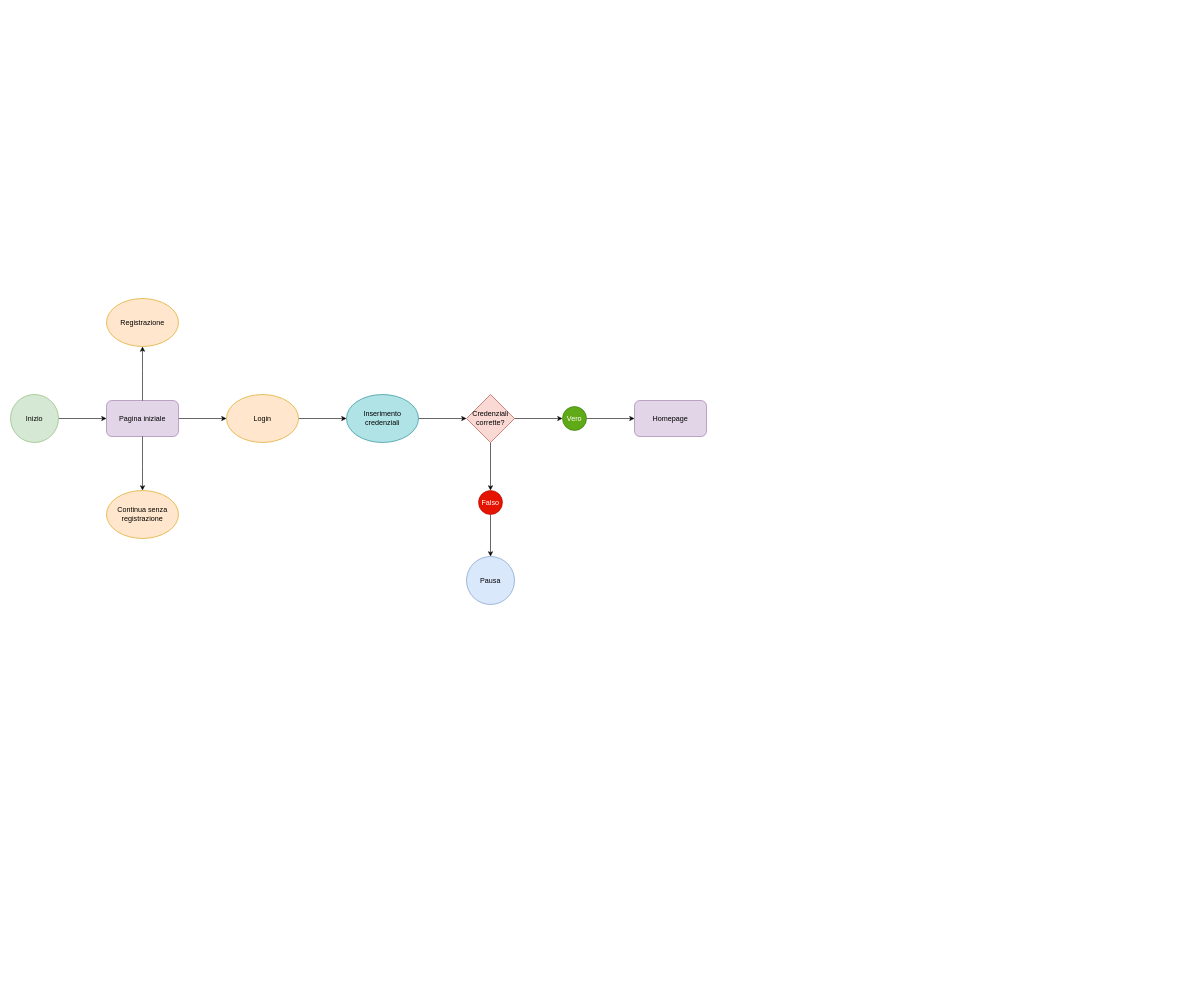
Before: NuovoUserFlow.drawio in LucaBarbolini/Prova1, a draw.io diagram. Source tidied: cells renumbered, new cells numbered last; positions are measured from the earlier drawing's top-left corner, leaving out a move shared by most shapes. Both pictures are drawn from the tidied source at 60%, with x=0, y=0 at pixel (10, 298).
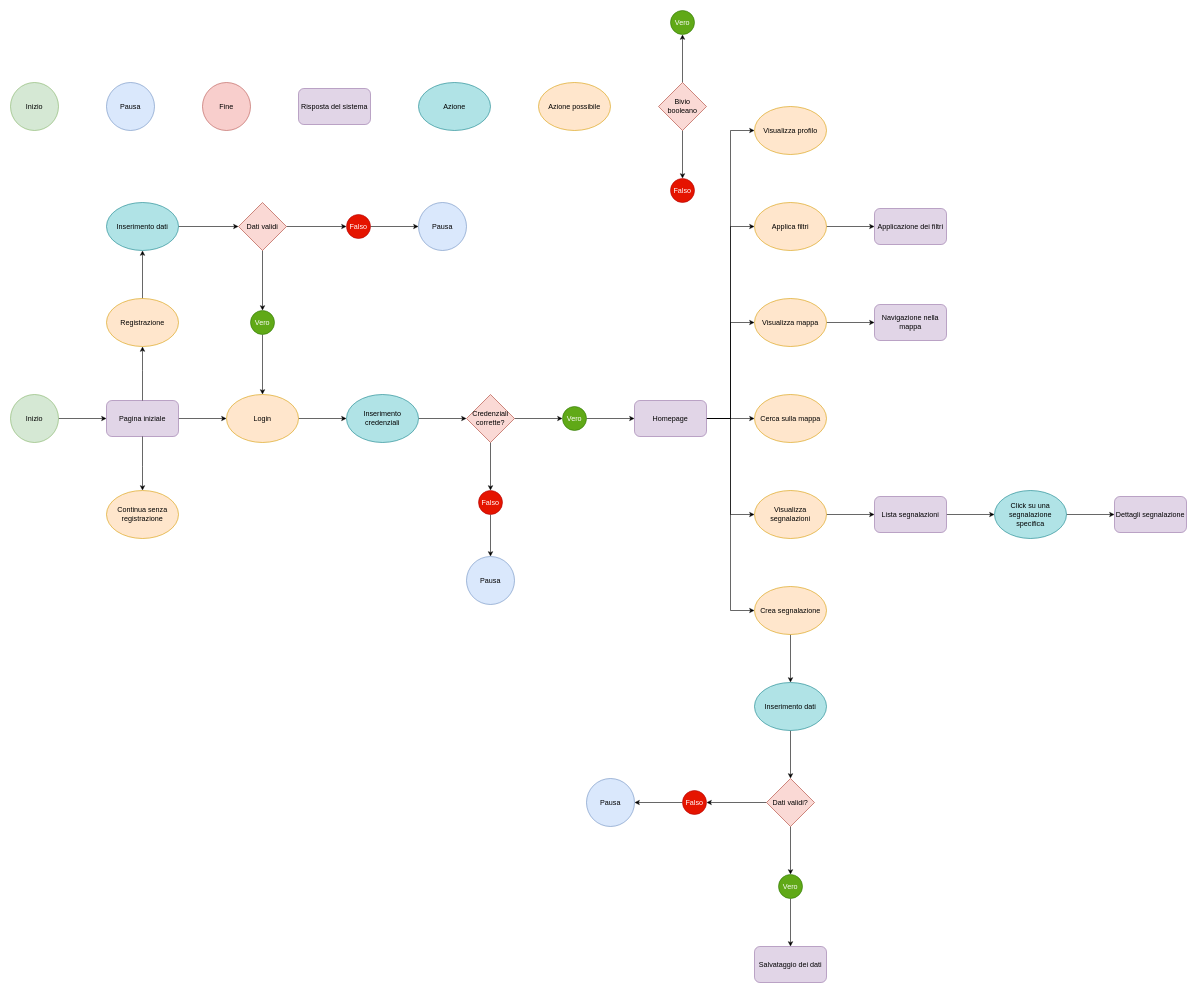
The same page after the edit.

Unchanged cells that the change refers to:
```xml
<mxCell id="6" value="Registrazione" style="ellipse;whiteSpace=wrap;html=1;fillColor=#ffe6cc;strokeColor=#d79b00;" parent="1" vertex="1">
  <mxGeometry x="160" width="120" height="80" as="geometry" />
</mxCell>
<mxCell id="8" value="Login" style="ellipse;whiteSpace=wrap;html=1;fillColor=#ffe6cc;strokeColor=#d79b00;" parent="1" vertex="1">
  <mxGeometry x="360" y="160" width="120" height="80" as="geometry" />
</mxCell>
<mxCell id="20" value="Homepage" style="rounded=1;whiteSpace=wrap;html=1;fillColor=#e1d5e7;strokeColor=#9673a6;" parent="1" vertex="1">
  <mxGeometry x="1040" y="170" width="120" height="60" as="geometry" />
</mxCell>
```

Change to the diagram source:
```diff
@@
+    <mxCell id="23" style="edgeStyle=orthogonalEdgeStyle;rounded=0;jettySize=auto;html=1;exitX=0.5;exitY=0;exitDx=0;exitDy=0;entryX=0.5;entryY=1;entryDx=0;entryDy=0;" parent="1" edge="1" source="6" target="31">
+      <mxGeometry relative="1" as="geometry" />
+    </mxCell>
@@
+    <mxCell id="24" style="edgeStyle=orthogonalEdgeStyle;rounded=0;jettySize=auto;html=1;entryX=0;entryY=0.5;entryDx=0;entryDy=0;" parent="1" edge="1" source="20" target="46">
+      <mxGeometry relative="1" as="geometry" />
+    </mxCell>
+    <mxCell id="25" style="edgeStyle=orthogonalEdgeStyle;rounded=0;jettySize=auto;html=1;exitX=1;exitY=0.5;exitDx=0;exitDy=0;entryX=0;entryY=0.5;entryDx=0;entryDy=0;" parent="1" edge="1" source="20" target="44">
+      <mxGeometry relative="1" as="geometry" />
+    </mxCell>
+    <mxCell id="26" style="edgeStyle=orthogonalEdgeStyle;rounded=0;jettySize=auto;html=1;exitX=1;exitY=0.5;exitDx=0;exitDy=0;entryX=0;entryY=0.5;entryDx=0;entryDy=0;" parent="1" edge="1" source="20" target="43">
+      <mxGeometry relative="1" as="geometry" />
+    </mxCell>
+    <mxCell id="27" style="edgeStyle=orthogonalEdgeStyle;rounded=0;jettySize=auto;html=1;exitX=1;exitY=0.5;exitDx=0;exitDy=0;entryX=0;entryY=0.5;entryDx=0;entryDy=0;" parent="1" edge="1" source="20" target="49">
+      <mxGeometry relative="1" as="geometry" />
+    </mxCell>
+    <mxCell id="28" style="edgeStyle=orthogonalEdgeStyle;rounded=0;jettySize=auto;html=1;exitX=1;exitY=0.5;exitDx=0;exitDy=0;entryX=0;entryY=0.5;entryDx=0;entryDy=0;" parent="1" edge="1" source="20" target="48">
+      <mxGeometry relative="1" as="geometry" />
+    </mxCell>
+    <mxCell id="29" style="edgeStyle=orthogonalEdgeStyle;rounded=0;jettySize=auto;html=1;exitX=1;exitY=0.5;exitDx=0;exitDy=0;entryX=0;entryY=0.5;entryDx=0;entryDy=0;" parent="1" edge="1" source="20" target="41">
+      <mxGeometry relative="1" as="geometry" />
+    </mxCell>
@@
+    <mxCell id="30" style="edgeStyle=orthogonalEdgeStyle;rounded=0;jettySize=auto;html=1;exitX=1;exitY=0.5;exitDx=0;exitDy=0;entryX=0;entryY=0.5;entryDx=0;entryDy=0;" parent="1" edge="1" source="31" target="34">
+      <mxGeometry relative="1" as="geometry" />
+    </mxCell>
+    <mxCell id="31" value="Inserimento dati" style="ellipse;whiteSpace=wrap;html=1;fillColor=#b0e3e6;strokeColor=#0e8088;" parent="1" vertex="1">
+      <mxGeometry x="160" y="-160" width="120" height="80" as="geometry" />
+    </mxCell>
+    <mxCell id="32" style="edgeStyle=orthogonalEdgeStyle;rounded=0;jettySize=auto;html=1;exitX=1;exitY=0.5;exitDx=0;exitDy=0;entryX=0;entryY=0.5;entryDx=0;entryDy=0;" parent="1" edge="1" source="34" target="36">
+      <mxGeometry relative="1" as="geometry" />
+    </mxCell>
+    <mxCell id="33" style="edgeStyle=orthogonalEdgeStyle;rounded=0;jettySize=auto;html=1;exitX=0.5;exitY=1;exitDx=0;exitDy=0;entryX=0.5;entryY=0;entryDx=0;entryDy=0;" parent="1" edge="1" source="34" target="39">
+      <mxGeometry relative="1" as="geometry" />
+    </mxCell>
+    <mxCell id="34" value="Dati validi" style="rhombus;whiteSpace=wrap;html=1;fillColor=#fad9d5;strokeColor=#ae4132;" parent="1" vertex="1">
+      <mxGeometry x="380" y="-160" width="80" height="80" as="geometry" />
+    </mxCell>
+    <mxCell id="35" style="edgeStyle=orthogonalEdgeStyle;rounded=0;jettySize=auto;html=1;entryX=0;entryY=0.5;entryDx=0;entryDy=0;exitX=1;exitY=0.5;exitDx=0;exitDy=0;" parent="1" edge="1" source="36" target="37">
+      <mxGeometry relative="1" as="geometry" />
+    </mxCell>
+    <mxCell id="36" value="Falso" style="ellipse;whiteSpace=wrap;html=1;fillColor=#e51400;fontColor=#ffffff;strokeColor=#B20000;" parent="1" vertex="1">
+      <mxGeometry x="560" y="-140" width="40" height="40" as="geometry" />
+    </mxCell>
+    <mxCell id="37" value="Pausa" style="ellipse;whiteSpace=wrap;html=1;fillColor=#dae8fc;strokeColor=#6c8ebf;" parent="1" vertex="1">
+      <mxGeometry x="680" y="-160" width="80" height="80" as="geometry" />
+    </mxCell>
+    <mxCell id="38" style="edgeStyle=orthogonalEdgeStyle;rounded=0;jettySize=auto;html=1;exitX=0.5;exitY=1;exitDx=0;exitDy=0;entryX=0.5;entryY=0;entryDx=0;entryDy=0;" parent="1" edge="1" source="39" target="8">
+      <mxGeometry relative="1" as="geometry" />
+    </mxCell>
+    <mxCell id="39" value="Vero" style="ellipse;whiteSpace=wrap;html=1;fillColor=#60a917;fontColor=#ffffff;strokeColor=#2D7600;" parent="1" vertex="1">
+      <mxGeometry x="400" y="20" width="40" height="40" as="geometry" />
+    </mxCell>
+    <mxCell id="40" style="edgeStyle=orthogonalEdgeStyle;rounded=0;jettySize=auto;html=1;exitX=0.5;exitY=1;exitDx=0;exitDy=0;entryX=0.5;entryY=0;entryDx=0;entryDy=0;" parent="1" edge="1" source="41" target="53">
+      <mxGeometry relative="1" as="geometry" />
+    </mxCell>
+    <mxCell id="41" value="Crea segnalazione" style="ellipse;whiteSpace=wrap;html=1;fillColor=#ffe6cc;strokeColor=#d79b00;" parent="1" vertex="1">
+      <mxGeometry x="1240" y="480" width="120" height="80" as="geometry" />
+    </mxCell>
+    <mxCell id="42" style="edgeStyle=orthogonalEdgeStyle;rounded=0;jettySize=auto;html=1;exitX=1;exitY=0.5;exitDx=0;exitDy=0;entryX=0;entryY=0.5;entryDx=0;entryDy=0;" parent="1" edge="1" source="43" target="51">
+      <mxGeometry relative="1" as="geometry" />
+    </mxCell>
+    <mxCell id="43" value="Visualizza mappa" style="ellipse;whiteSpace=wrap;html=1;fillColor=#ffe6cc;strokeColor=#d79b00;" parent="1" vertex="1">
+      <mxGeometry x="1240" width="120" height="80" as="geometry" />
+    </mxCell>
+    <mxCell id="44" value="Visualizza profilo" style="ellipse;whiteSpace=wrap;html=1;fillColor=#ffe6cc;strokeColor=#d79b00;" parent="1" vertex="1">
+      <mxGeometry x="1240" y="-320" width="120" height="80" as="geometry" />
+    </mxCell>
+    <mxCell id="45" style="edgeStyle=orthogonalEdgeStyle;rounded=0;jettySize=auto;html=1;exitX=1;exitY=0.5;exitDx=0;exitDy=0;entryX=0;entryY=0.5;entryDx=0;entryDy=0;" parent="1" edge="1" source="46" target="50">
+      <mxGeometry relative="1" as="geometry" />
+    </mxCell>
+    <mxCell id="46" value="Applica filtri" style="ellipse;whiteSpace=wrap;html=1;fillColor=#ffe6cc;strokeColor=#d79b00;" parent="1" vertex="1">
+      <mxGeometry x="1240" y="-160" width="120" height="80" as="geometry" />
+    </mxCell>
+    <mxCell id="47" style="edgeStyle=orthogonalEdgeStyle;rounded=0;jettySize=auto;html=1;exitX=1;exitY=0.5;exitDx=0;exitDy=0;entryX=0;entryY=0.5;entryDx=0;entryDy=0;" parent="1" edge="1" source="48" target="64">
+      <mxGeometry relative="1" as="geometry" />
+    </mxCell>
+    <mxCell id="48" value="Visualizza segnalazioni" style="ellipse;whiteSpace=wrap;html=1;fillColor=#ffe6cc;strokeColor=#d79b00;" parent="1" vertex="1">
+      <mxGeometry x="1240" y="320" width="120" height="80" as="geometry" />
+    </mxCell>
+    <mxCell id="49" value="Cerca sulla mappa" style="ellipse;whiteSpace=wrap;html=1;fillColor=#ffe6cc;strokeColor=#d79b00;" parent="1" vertex="1">
+      <mxGeometry x="1240" y="160" width="120" height="80" as="geometry" />
+    </mxCell>
+    <mxCell id="50" value="Applicazione dei filtri" style="rounded=1;whiteSpace=wrap;html=1;fillColor=#e1d5e7;strokeColor=#9673a6;" parent="1" vertex="1">
+      <mxGeometry x="1440" y="-150" width="120" height="60" as="geometry" />
+    </mxCell>
+    <mxCell id="51" value="Navigazione nella mappa" style="rounded=1;whiteSpace=wrap;html=1;fillColor=#e1d5e7;strokeColor=#9673a6;" parent="1" vertex="1">
+      <mxGeometry x="1440" y="10" width="120" height="60" as="geometry" />
+    </mxCell>
+    <mxCell id="52" style="edgeStyle=orthogonalEdgeStyle;rounded=0;jettySize=auto;html=1;exitX=0.5;exitY=1;exitDx=0;exitDy=0;entryX=0.5;entryY=0;entryDx=0;entryDy=0;" parent="1" edge="1" source="53" target="56">
+      <mxGeometry relative="1" as="geometry" />
+    </mxCell>
+    <mxCell id="53" value="Inserimento dati" style="ellipse;whiteSpace=wrap;html=1;fillColor=#b0e3e6;strokeColor=#0e8088;" parent="1" vertex="1">
+      <mxGeometry x="1240" y="640" width="120" height="80" as="geometry" />
+    </mxCell>
+    <mxCell id="54" style="edgeStyle=orthogonalEdgeStyle;rounded=0;jettySize=auto;html=1;exitX=0.5;exitY=1;exitDx=0;exitDy=0;entryX=0.5;entryY=0;entryDx=0;entryDy=0;" parent="1" edge="1" source="56" target="58">
+      <mxGeometry relative="1" as="geometry" />
+    </mxCell>
+    <mxCell id="55" style="edgeStyle=orthogonalEdgeStyle;rounded=0;jettySize=auto;html=1;exitX=0;exitY=0.5;exitDx=0;exitDy=0;entryX=1;entryY=0.5;entryDx=0;entryDy=0;" parent="1" edge="1" source="56" target="60">
+      <mxGeometry relative="1" as="geometry" />
+    </mxCell>
+    <mxCell id="56" value="Dati validi?" style="rhombus;whiteSpace=wrap;html=1;fillColor=#fad9d5;strokeColor=#ae4132;" parent="1" vertex="1">
+      <mxGeometry x="1260" y="800" width="80" height="80" as="geometry" />
+    </mxCell>
+    <mxCell id="57" style="edgeStyle=orthogonalEdgeStyle;rounded=0;jettySize=auto;html=1;exitX=0.5;exitY=1;exitDx=0;exitDy=0;entryX=0.5;entryY=0;entryDx=0;entryDy=0;" parent="1" edge="1" source="58" target="62">
+      <mxGeometry relative="1" as="geometry" />
+    </mxCell>
+    <mxCell id="58" value="Vero" style="ellipse;whiteSpace=wrap;html=1;fillColor=#60a917;fontColor=#ffffff;strokeColor=#2D7600;" parent="1" vertex="1">
+      <mxGeometry x="1280" y="960" width="40" height="40" as="geometry" />
+    </mxCell>
+    <mxCell id="59" style="edgeStyle=orthogonalEdgeStyle;rounded=0;jettySize=auto;html=1;entryX=1;entryY=0.5;entryDx=0;entryDy=0;" parent="1" edge="1" source="60" target="61">
+      <mxGeometry relative="1" as="geometry" />
+    </mxCell>
+    <mxCell id="60" value="Falso" style="ellipse;whiteSpace=wrap;html=1;fillColor=#e51400;fontColor=#ffffff;strokeColor=#B20000;" parent="1" vertex="1">
+      <mxGeometry x="1120" y="820" width="40" height="40" as="geometry" />
+    </mxCell>
+    <mxCell id="61" value="Pausa" style="ellipse;whiteSpace=wrap;html=1;fillColor=#dae8fc;strokeColor=#6c8ebf;" parent="1" vertex="1">
+      <mxGeometry x="960" y="800" width="80" height="80" as="geometry" />
+    </mxCell>
+    <mxCell id="62" value="Salvataggio dei dati" style="rounded=1;whiteSpace=wrap;html=1;fillColor=#e1d5e7;strokeColor=#9673a6;" parent="1" vertex="1">
+      <mxGeometry x="1240" y="1080" width="120" height="60" as="geometry" />
+    </mxCell>
+    <mxCell id="63" style="edgeStyle=orthogonalEdgeStyle;rounded=0;jettySize=auto;html=1;entryX=0;entryY=0.5;entryDx=0;entryDy=0;" parent="1" edge="1" source="64" target="66">
+      <mxGeometry relative="1" as="geometry" />
+    </mxCell>
+    <mxCell id="64" value="Lista segnalazioni" style="rounded=1;whiteSpace=wrap;html=1;fillColor=#e1d5e7;strokeColor=#9673a6;" parent="1" vertex="1">
+      <mxGeometry x="1440" y="330" width="120" height="60" as="geometry" />
+    </mxCell>
+    <mxCell id="65" style="edgeStyle=orthogonalEdgeStyle;rounded=0;jettySize=auto;html=1;exitX=1;exitY=0.5;exitDx=0;exitDy=0;entryX=0;entryY=0.5;entryDx=0;entryDy=0;" parent="1" edge="1" source="66" target="67">
+      <mxGeometry relative="1" as="geometry" />
+    </mxCell>
+    <mxCell id="66" value="Click su una segnalazione specifica" style="ellipse;whiteSpace=wrap;html=1;fillColor=#b0e3e6;strokeColor=#0e8088;" parent="1" vertex="1">
+      <mxGeometry x="1640" y="320" width="120" height="80" as="geometry" />
+    </mxCell>
+    <mxCell id="67" value="Dettagli segnalazione" style="rounded=1;whiteSpace=wrap;html=1;fillColor=#e1d5e7;strokeColor=#9673a6;" parent="1" vertex="1">
+      <mxGeometry x="1840" y="330" width="120" height="60" as="geometry" />
+    </mxCell>
+    <mxCell id="68" value="Inizio" style="ellipse;whiteSpace=wrap;html=1;fillColor=#d5e8d4;strokeColor=#82b366;" parent="1" vertex="1">
+      <mxGeometry y="-360" width="80" height="80" as="geometry" />
+    </mxCell>
+    <mxCell id="69" value="Pausa" style="ellipse;whiteSpace=wrap;html=1;fillColor=#dae8fc;strokeColor=#6c8ebf;" parent="1" vertex="1">
+      <mxGeometry x="160" y="-360" width="80" height="80" as="geometry" />
+    </mxCell>
+    <mxCell id="70" value="Fine" style="ellipse;whiteSpace=wrap;html=1;fillColor=#f8cecc;strokeColor=#b85450;" parent="1" vertex="1">
+      <mxGeometry x="320" y="-360" width="80" height="80" as="geometry" />
+    </mxCell>
+    <mxCell id="71" value="Risposta del sistema" style="rounded=1;whiteSpace=wrap;html=1;fillColor=#e1d5e7;strokeColor=#9673a6;" parent="1" vertex="1">
+      <mxGeometry x="480" y="-350" width="120" height="60" as="geometry" />
+    </mxCell>
+    <mxCell id="72" value="Azione" style="ellipse;whiteSpace=wrap;html=1;fillColor=#b0e3e6;strokeColor=#0e8088;" parent="1" vertex="1">
+      <mxGeometry x="680" y="-360" width="120" height="80" as="geometry" />
+    </mxCell>
+    <mxCell id="73" value="Azione possibile" style="ellipse;whiteSpace=wrap;html=1;fillColor=#ffe6cc;strokeColor=#d79b00;" parent="1" vertex="1">
+      <mxGeometry x="880" y="-360" width="120" height="80" as="geometry" />
+    </mxCell>
+    <mxCell id="74" style="edgeStyle=orthogonalEdgeStyle;rounded=0;jettySize=auto;html=1;exitX=0.5;exitY=0;exitDx=0;exitDy=0;entryX=0.5;entryY=1;entryDx=0;entryDy=0;" parent="1" edge="1" source="76" target="77">
+      <mxGeometry relative="1" as="geometry" />
+    </mxCell>
+    <mxCell id="75" style="edgeStyle=orthogonalEdgeStyle;rounded=0;jettySize=auto;html=1;exitX=0.5;exitY=1;exitDx=0;exitDy=0;entryX=0.5;entryY=0;entryDx=0;entryDy=0;" parent="1" edge="1" source="76" target="78">
+      <mxGeometry relative="1" as="geometry" />
+    </mxCell>
+    <mxCell id="76" value="Bivio booleano" style="rhombus;whiteSpace=wrap;html=1;fillColor=#fad9d5;strokeColor=#ae4132;" parent="1" vertex="1">
+      <mxGeometry x="1080" y="-360" width="80" height="80" as="geometry" />
+    </mxCell>
+    <mxCell id="77" value="Vero" style="ellipse;whiteSpace=wrap;html=1;fillColor=#60a917;fontColor=#ffffff;strokeColor=#2D7600;" parent="1" vertex="1">
+      <mxGeometry x="1100" y="-480" width="40" height="40" as="geometry" />
+    </mxCell>
+    <mxCell id="78" value="Falso" style="ellipse;whiteSpace=wrap;html=1;fillColor=#e51400;fontColor=#ffffff;strokeColor=#B20000;" parent="1" vertex="1">
+      <mxGeometry x="1100" y="-200" width="40" height="40" as="geometry" />
+    </mxCell>
```
